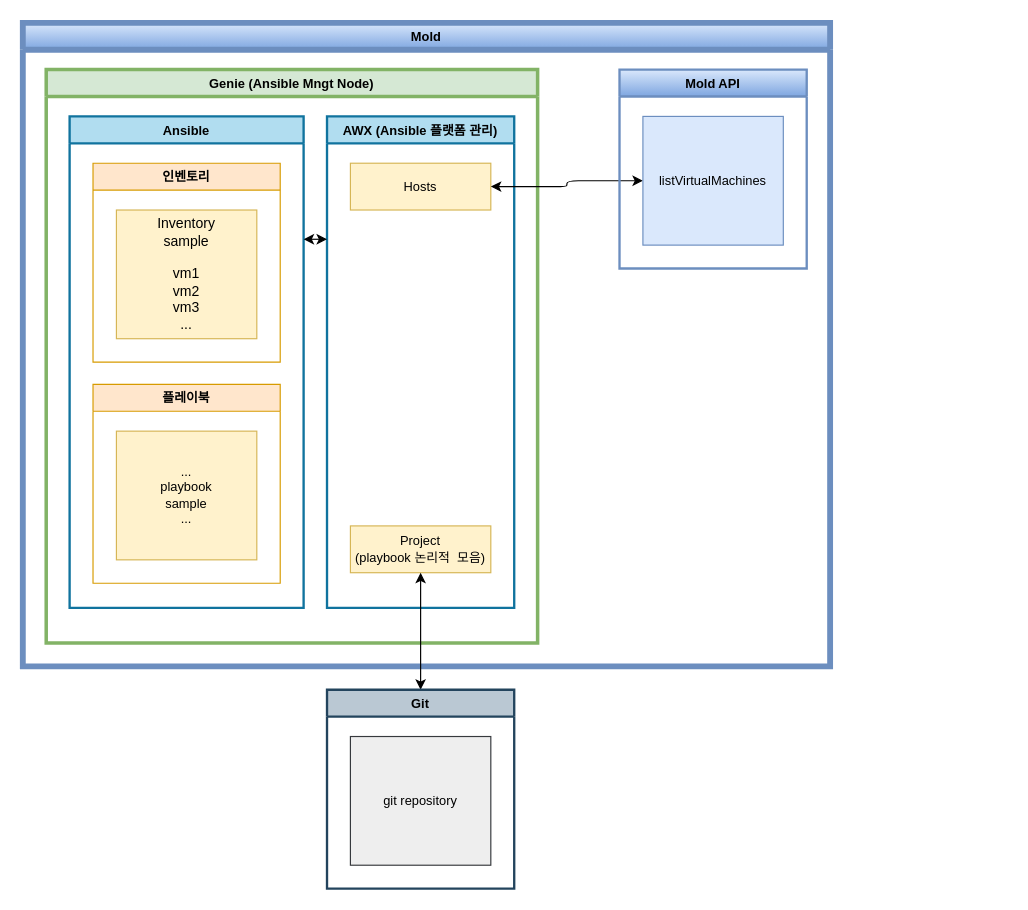
This is page "페이지-1" (1 of 2) of Genie.drawio from stardom3645/wiki, a draw.io file, before an edit. Source tidied: cells renumbered, new cells numbered last; positions are measured from the earlier drawing's top-left corner, leaving out a move shared by most shapes. Both pictures are drawn from the tidied source at 117%, with x=0, y=0 at pixel (22, 22).
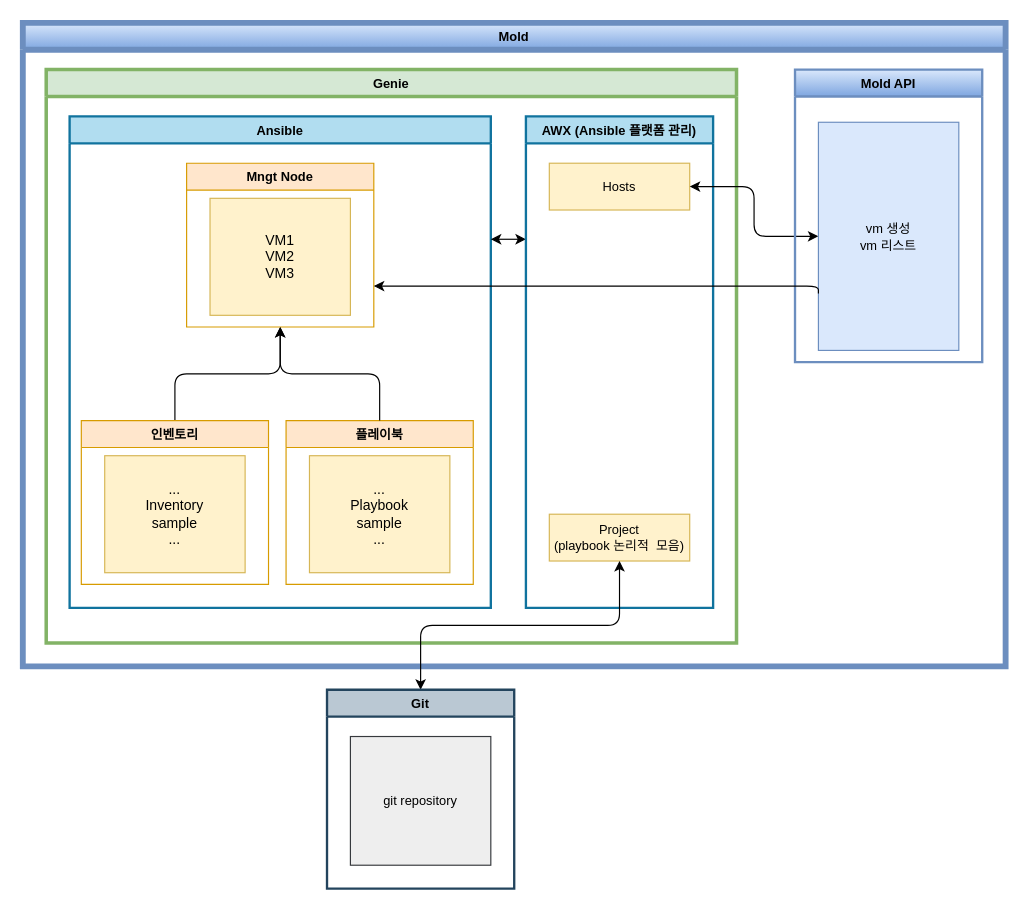
The same diagram, later.

Change to the diagram source:
```diff
@@
     <mxCell id="2" value="Mold" style="swimlane;fontSize=11;fillColor=#dae8fc;strokeColor=#6c8ebf;gradientColor=#7ea6e0;strokeWidth=5;" parent="1" vertex="1">
-      <mxGeometry width="690" height="550" as="geometry" />
+      <mxGeometry width="840" height="550" as="geometry" />
     </mxCell>
-    <mxCell id="3" value="Genie (Ansible Mngt Node)" style="swimlane;fontSize=11;fillColor=#d5e8d4;strokeColor=#82b366;strokeWidth=3;" parent="2" vertex="1">
-      <mxGeometry x="20" y="40" width="420" height="490" as="geometry" />
+    <mxCell id="3" value="Genie" style="swimlane;fontSize=11;fillColor=#d5e8d4;strokeColor=#82b366;strokeWidth=3;" parent="2" vertex="1">
+      <mxGeometry x="20" y="40" width="590" height="490" as="geometry" />
     </mxCell>
-    <mxCell id="4" value="AWX (Ansible 플랫폼 관리)" style="swimlane;fontSize=11;fillColor=#b1ddf0;strokeColor=#10739e;strokeWidth=2;" parent="3" vertex="1">
-      <mxGeometry x="240" y="40" width="160" height="420" as="geometry" />
-    </mxCell>
-    <mxCell id="5" value="&lt;div style=&quot;font-size: 11px&quot;&gt;Hosts&lt;/div&gt;" style="rounded=0;whiteSpace=wrap;html=1;fillColor=#fff2cc;strokeColor=#d6b656;" parent="4" vertex="1">
-      <mxGeometry x="20" y="40" width="120" height="40" as="geometry" />
-    </mxCell>
-    <mxCell id="6" value="&lt;div style=&quot;font-size: 11px&quot;&gt;Project&lt;br&gt;(playbook 논리적&amp;nbsp; 모음)&lt;/div&gt;" style="rounded=0;whiteSpace=wrap;html=1;fillColor=#fff2cc;strokeColor=#d6b656;" parent="4" vertex="1">
-      <mxGeometry x="20" y="350" width="120" height="40" as="geometry" />
-    </mxCell>
     <mxCell id="7" value="Ansible" style="swimlane;fontSize=11;fillColor=#b1ddf0;strokeColor=#10739e;strokeWidth=2;" parent="3" vertex="1">
-      <mxGeometry x="20" y="40" width="200" height="420" as="geometry" />
+      <mxGeometry x="20" y="40" width="360" height="420" as="geometry" />
     </mxCell>
+    <mxCell id="19" style="edgeStyle=orthogonalEdgeStyle;jettySize=auto;html=1;exitX=0.5;exitY=0;exitDx=0;exitDy=0;entryX=0.5;entryY=1;entryDx=0;entryDy=0;fontSize=12;rounded=1;" parent="7" edge="1" source="8" target="20">
+      <mxGeometry relative="1" as="geometry" />
+    </mxCell>
     <mxCell id="8" value="인벤토리" style="swimlane;fontSize=11;fillColor=#ffe6cc;strokeColor=#d79b00;" parent="7" vertex="1">
-      <mxGeometry x="20" y="40" width="160" height="170" as="geometry" />
+      <mxGeometry x="10" y="260" width="160" height="140" as="geometry" />
     </mxCell>
-    <mxCell id="9" value="Inventory&lt;br&gt;sample&lt;br&gt;&lt;br&gt;vm1&lt;br&gt;vm2&lt;br&gt;vm3&lt;br&gt;..." style="rounded=0;whiteSpace=wrap;html=1;fillColor=#fff2cc;strokeColor=#d6b656;" parent="8" vertex="1">
-      <mxGeometry x="20" y="40" width="120" height="110" as="geometry" />
+    <mxCell id="9" value="...&lt;br&gt;Inventory&lt;br&gt;sample&lt;br&gt;..." style="rounded=0;whiteSpace=wrap;html=1;fillColor=#fff2cc;strokeColor=#d6b656;" parent="8" vertex="1">
+      <mxGeometry x="20" y="30" width="120" height="100" as="geometry" />
     </mxCell>
     <mxCell id="10" value="플레이북" style="swimlane;fontSize=11;fillColor=#ffe6cc;strokeColor=#d79b00;" parent="7" vertex="1">
-      <mxGeometry x="20" y="229" width="160" height="170" as="geometry" />
+      <mxGeometry x="185" y="260" width="160" height="140" as="geometry" />
     </mxCell>
-    <mxCell id="11" value="&lt;div style=&quot;font-size: 11px&quot;&gt;...&lt;/div&gt;&lt;div style=&quot;font-size: 11px&quot;&gt;playbook&lt;/div&gt;&lt;div style=&quot;font-size: 11px&quot;&gt;sample&lt;/div&gt;&lt;div style=&quot;font-size: 11px&quot;&gt;...&lt;/div&gt;" style="rounded=0;whiteSpace=wrap;html=1;fillColor=#fff2cc;strokeColor=#d6b656;" parent="10" vertex="1">
-      <mxGeometry x="20" y="40" width="120" height="110" as="geometry" />
+    <mxCell id="11" value="&lt;div&gt;&lt;font style=&quot;font-size: 12px&quot;&gt;...&lt;/font&gt;&lt;/div&gt;&lt;div&gt;&lt;font style=&quot;font-size: 12px&quot;&gt;Playbook&lt;/font&gt;&lt;/div&gt;&lt;div&gt;&lt;font style=&quot;font-size: 12px&quot;&gt;sample&lt;/font&gt;&lt;/div&gt;&lt;div&gt;&lt;font style=&quot;font-size: 12px&quot;&gt;...&lt;/font&gt;&lt;/div&gt;" style="rounded=0;whiteSpace=wrap;html=1;fillColor=#fff2cc;strokeColor=#d6b656;" parent="10" vertex="1">
+      <mxGeometry x="20" y="30" width="120" height="100" as="geometry" />
     </mxCell>
+    <mxCell id="20" value="Mngt Node" style="swimlane;fontSize=11;fillColor=#ffe6cc;strokeColor=#d79b00;" parent="7" vertex="1">
+      <mxGeometry x="100" y="40" width="160" height="140" as="geometry" />
+    </mxCell>
+    <mxCell id="21" value="VM1&lt;br&gt;VM2&lt;br&gt;VM3" style="rounded=0;whiteSpace=wrap;html=1;fillColor=#fff2cc;strokeColor=#d6b656;" parent="20" vertex="1">
+      <mxGeometry x="20" y="30" width="120" height="100" as="geometry" />
+    </mxCell>
+    <mxCell id="22" style="edgeStyle=orthogonalEdgeStyle;jettySize=auto;html=1;exitX=0.5;exitY=0;exitDx=0;exitDy=0;entryX=0.5;entryY=1;entryDx=0;entryDy=0;fontSize=12;rounded=1;" parent="7" edge="1" source="10" target="20">
+      <mxGeometry relative="1" as="geometry" />
+    </mxCell>
@@
+    <mxCell id="4" value="AWX (Ansible 플랫폼 관리)" style="swimlane;fontSize=11;fillColor=#b1ddf0;strokeColor=#10739e;strokeWidth=2;" parent="3" vertex="1">
+      <mxGeometry x="410" y="40" width="160" height="420" as="geometry" />
+    </mxCell>
+    <mxCell id="5" value="&lt;div style=&quot;font-size: 11px&quot;&gt;Hosts&lt;/div&gt;" style="rounded=0;whiteSpace=wrap;html=1;fillColor=#fff2cc;strokeColor=#d6b656;" parent="4" vertex="1">
+      <mxGeometry x="20" y="40" width="120" height="40" as="geometry" />
+    </mxCell>
+    <mxCell id="6" value="&lt;div style=&quot;font-size: 11px&quot;&gt;Project&lt;br&gt;(playbook 논리적&amp;nbsp; 모음)&lt;/div&gt;" style="rounded=0;whiteSpace=wrap;html=1;fillColor=#fff2cc;strokeColor=#d6b656;" parent="4" vertex="1">
+      <mxGeometry x="20" y="340" width="120" height="40" as="geometry" />
+    </mxCell>
@@
     <mxCell id="14" value="Mold API" style="swimlane;fontSize=11;fillColor=#dae8fc;strokeColor=#6c8ebf;gradientColor=#7ea6e0;strokeWidth=2;" parent="2" vertex="1">
-      <mxGeometry x="510" y="40" width="160" height="170" as="geometry" />
+      <mxGeometry x="660" y="40" width="160" height="250" as="geometry" />
     </mxCell>
-    <mxCell id="15" value="&lt;div&gt;&lt;span style=&quot;font-size: 11px&quot;&gt;listVirtualMachines&lt;/span&gt;&lt;br&gt;&lt;/div&gt;" style="rounded=0;whiteSpace=wrap;html=1;fillColor=#dae8fc;strokeColor=#6c8ebf;" parent="14" vertex="1">
-      <mxGeometry x="20" y="40" width="120" height="110" as="geometry" />
+    <mxCell id="15" value="&lt;div&gt;&lt;span style=&quot;font-size: 11px&quot;&gt;vm 생성&lt;/span&gt;&lt;/div&gt;&lt;div&gt;&lt;span style=&quot;font-size: 11px&quot;&gt;vm 리스트&lt;/span&gt;&lt;/div&gt;" style="rounded=0;whiteSpace=wrap;html=1;fillColor=#dae8fc;strokeColor=#6c8ebf;" parent="14" vertex="1">
+      <mxGeometry x="20" y="45" width="120" height="195" as="geometry" />
     </mxCell>
+    <mxCell id="23" style="edgeStyle=orthogonalEdgeStyle;rounded=1;jettySize=auto;html=1;exitX=0;exitY=0.75;exitDx=0;exitDy=0;entryX=1;entryY=0.75;entryDx=0;entryDy=0;fontSize=12;" parent="2" edge="1" source="15" target="20">
+      <mxGeometry relative="1" as="geometry">
+        <Array as="points">
+          <mxPoint x="680" y="225" />
+        </Array>
+      </mxGeometry>
+    </mxCell>
```
